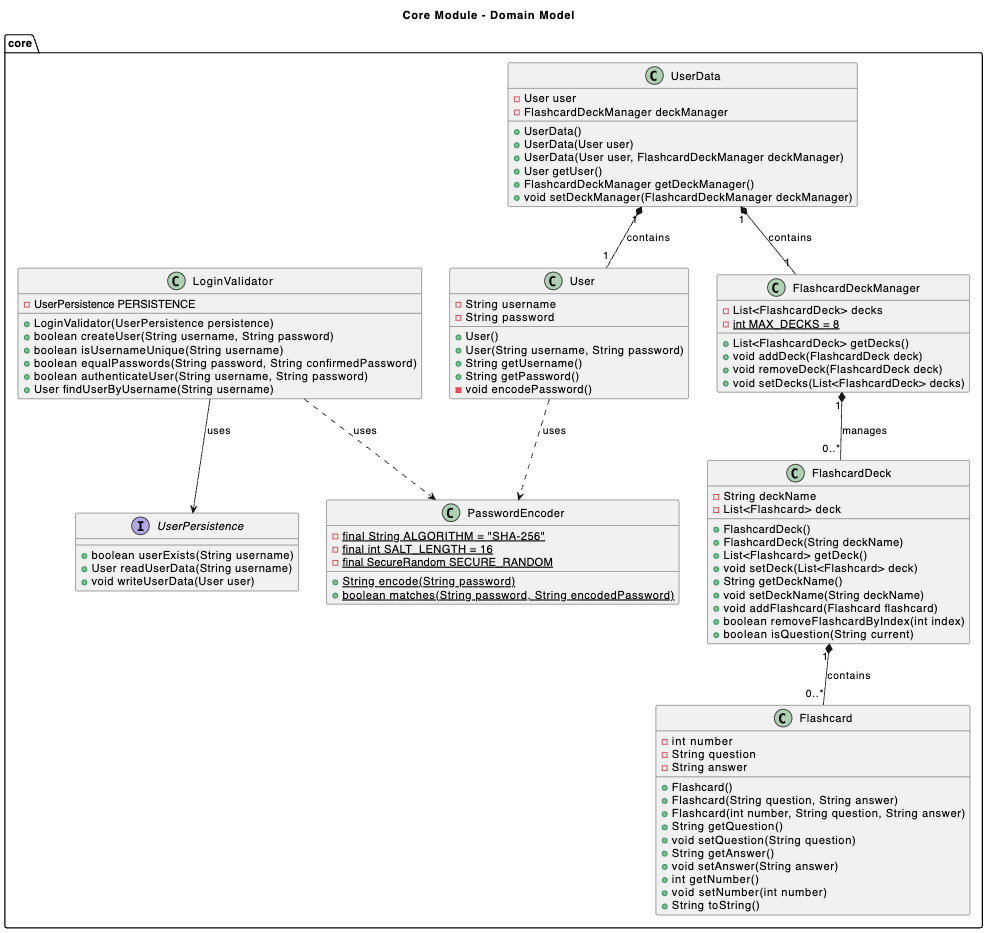
Before: docs/release_3/uml_documentation/screenshots/class_core.png, a diagram exported from PlantUML (marennodenes/Flashcard-App). Its source is kept beside it as docs/release_3/uml_documentation/class_core.puml. Source of this version:
```plantuml
@startuml class_core
title Core Module - Domain Model

package core {

    class Flashcard {
        - int number
        - String question
        - String answer

        + Flashcard()
        + Flashcard(String question, String answer)
        + Flashcard(int number, String question, String answer)
        + String getQuestion()
        + void setQuestion(String question)
        + String getAnswer()
        + void setAnswer(String answer)
        + int getNumber()
        + void setNumber(int number)
        + String toString()
    }

    class FlashcardDeck {
        - String deckName
        - List<Flashcard> deck

        + FlashcardDeck()
        + FlashcardDeck(String deckName)
        + List<Flashcard> getDeck()
        + void setDeck(List<Flashcard> deck)
        + String getDeckName()
        + void setDeckName(String deckName)
        + void addFlashcard(Flashcard flashcard)
        + boolean removeFlashcardByIndex(int index)
        + boolean isQuestion(String current)
    }

    class FlashcardDeckManager {
        - List<FlashcardDeck> decks
        - {static} int MAX_DECKS = 8

        + List<FlashcardDeck> getDecks()
        + void addDeck(FlashcardDeck deck)
        + void removeDeck(FlashcardDeck deck)
        + void setDecks(List<FlashcardDeck> decks)
    }

    class LoginValidator {
        - UserPersistence PERSISTENCE

        + LoginValidator(UserPersistence persistence)
        + boolean createUser(String username, String password)
        + boolean isUsernameUnique(String username)
        + boolean equalPasswords(String password, String confirmedPassword)
        + boolean authenticateUser(String username, String password)
        + User findUserByUsername(String username)
    }

    class PasswordEncoder {
        - {static} final String ALGORITHM = "SHA-256"
        - {static} final int SALT_LENGTH = 16
        - {static} final SecureRandom SECURE_RANDOM

        + {static} String encode(String password)
        + {static} boolean matches(String password, String encodedPassword)
    }

    class User {
        - String username
        - String password

        + User()
        + User(String username, String password)
        + String getUsername()
        + String getPassword()
        - void encodePassword()
    }

    class UserData {
        - User user
        - FlashcardDeckManager deckManager

        + UserData()
        + UserData(User user)
        + UserData(User user, FlashcardDeckManager deckManager)
        + User getUser()
        + FlashcardDeckManager getDeckManager()
        + void setDeckManager(FlashcardDeckManager deckManager)
    }

    interface UserPersistence {
        + boolean userExists(String username)
        + User readUserData(String username)
        + void writeUserData(User user)
    }
}

FlashcardDeck "1" *-- "0..*" Flashcard : contains
FlashcardDeckManager "1" *-- "0..*" FlashcardDeck : manages
UserData "1" *-- "1" User : contains
UserData "1" *-- "1" FlashcardDeckManager : contains
LoginValidator --> UserPersistence : uses
LoginValidator ..> PasswordEncoder : uses
User ..> PasswordEncoder : uses

@enduml
```
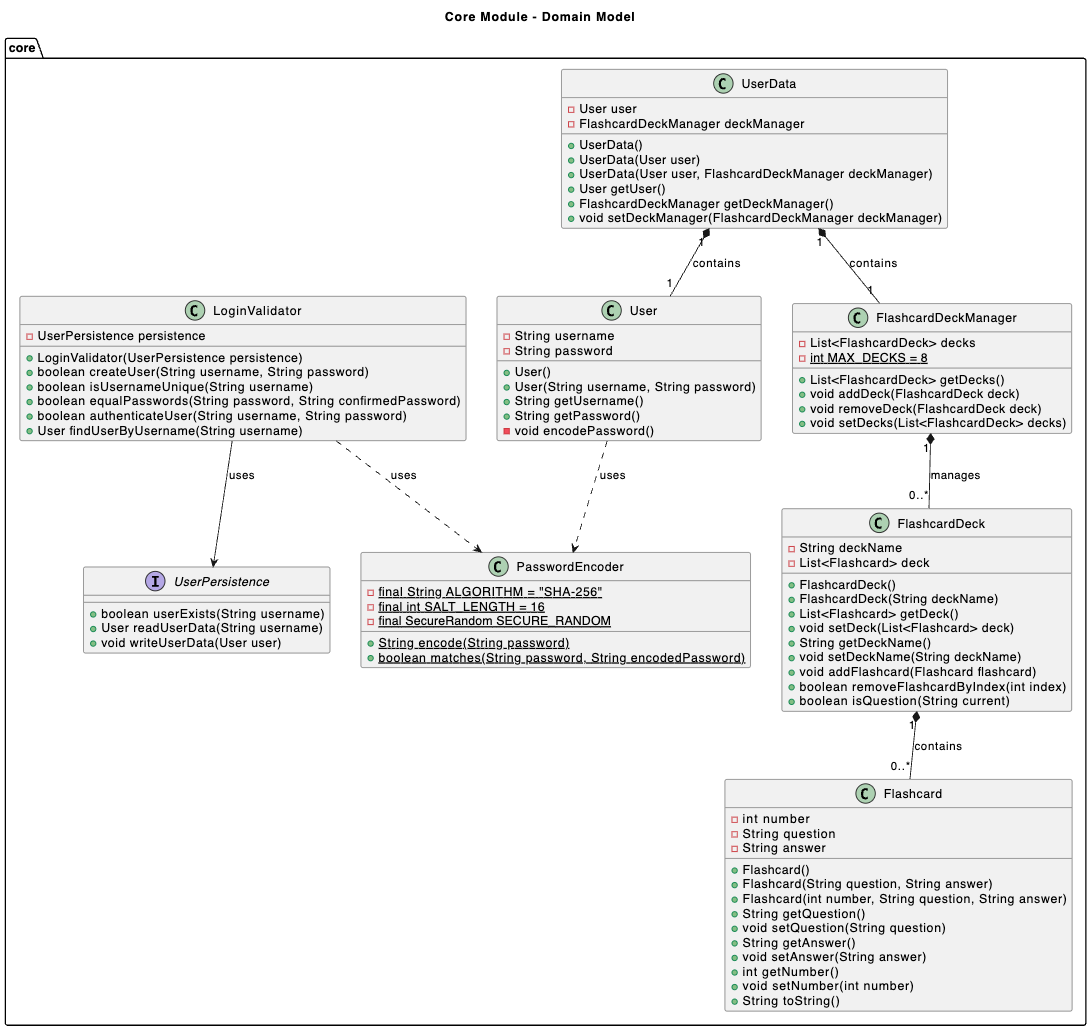
Above is the later version.

What changed in the source:
```diff
@@ -46,7 +46,7 @@
     }
 
     class LoginValidator {
-        - UserPersistence PERSISTENCE
+        - UserPersistence persistence
 
         + LoginValidator(UserPersistence persistence)
         + boolean createUser(String username, String password)
```
